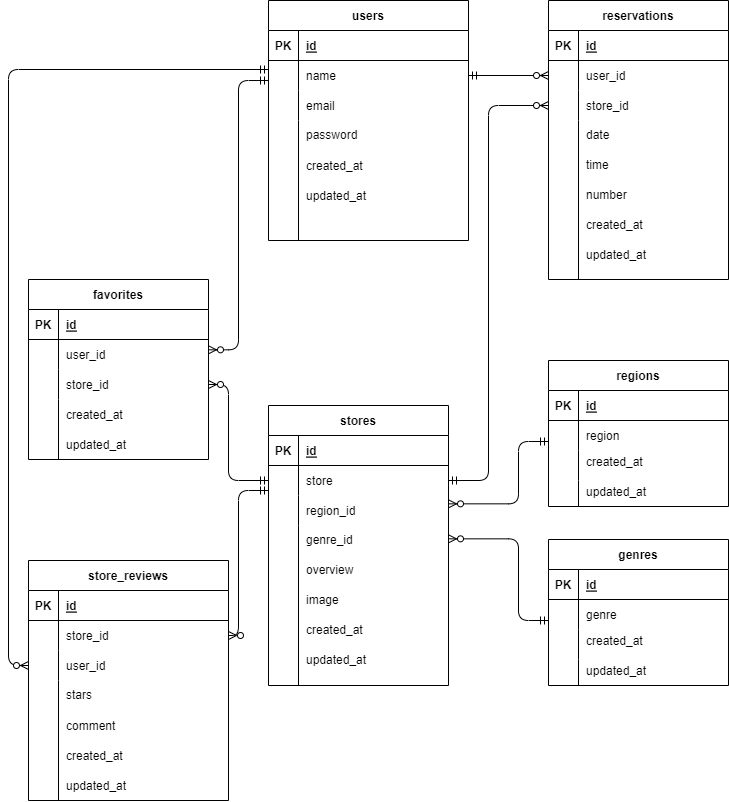
The draw.io diagram index.drawio.png in syakuyaku514/contactadvanced-form, before a commit. Source tidied: cells renumbered, new cells last; positions are measured from the earlier drawing's top-left corner, leaving out a move shared by most shapes.
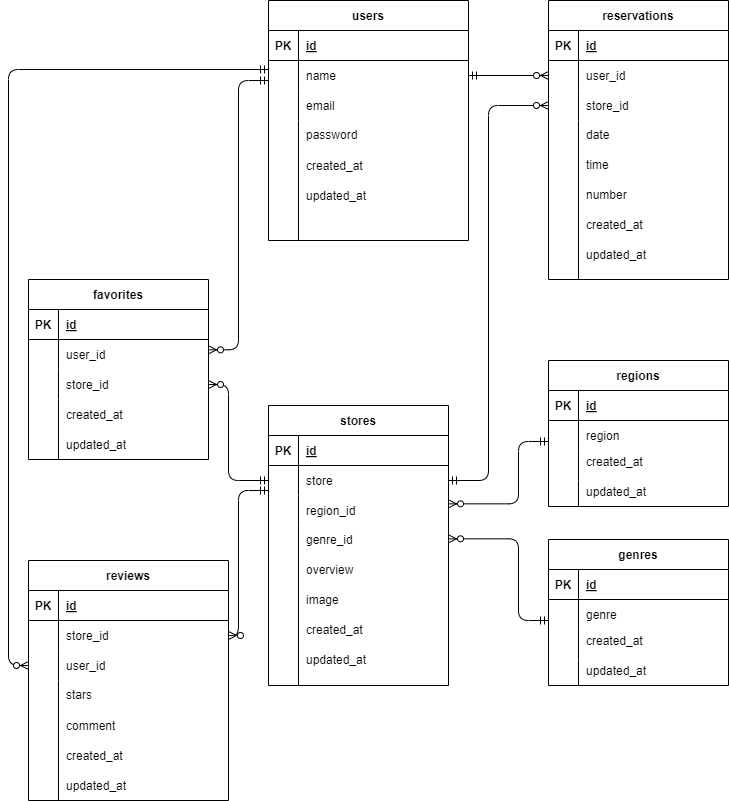
After the commit.

Change to the diagram source:
```diff
@@ -339,7 +339,7 @@
         </Array>
       </mxGeometry>
     </mxCell>
-    <mxCell id="105" value="store_reviews" style="shape=table;startSize=30;rowLines=0;fontStyle=1;align=center;" parent="1" vertex="1">
+    <mxCell id="105" value="reviews" style="shape=table;startSize=30;rowLines=0;fontStyle=1;align=center;" parent="1" vertex="1">
       <mxGeometry x="20" y="560" width="200" height="240" as="geometry" />
     </mxCell>
     <mxCell id="106" style="shape=tableRow;horizontal=0;startSize=0;swimlaneHead=0;swimlaneBody=0;fillColor=none;top=0;left=0;right=0;bottom=1;" parent="105" vertex="1">
```
